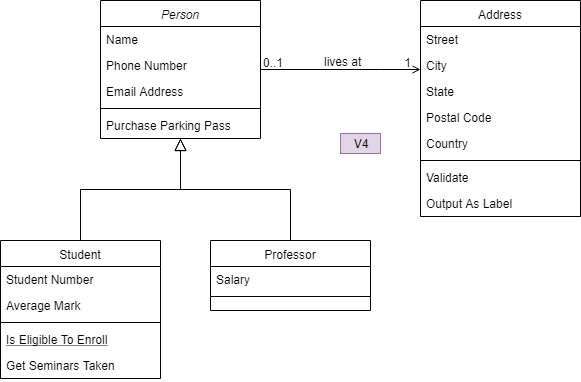
This is diagram.png from bsmith1310/drawio-github, a draw.io export, as it was before one commit. Source tidied: cells renumbered, new cells last; positions are measured from the earlier drawing's top-left corner, leaving out a move shared by most shapes.
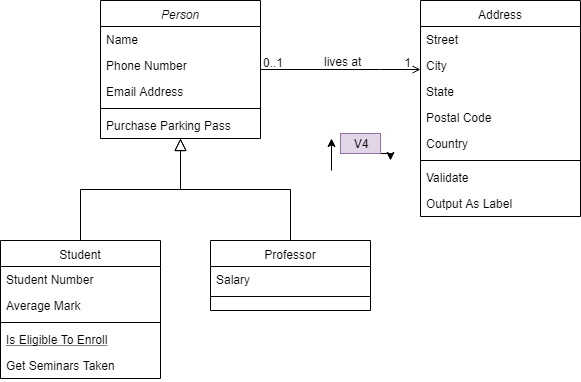
After the change.

Diff of the diagram source:
```diff
@@ -111,8 +111,18 @@
         <mxPoint x="-38" y="40" as="offset" />
       </mxGeometry>
     </mxCell>
+    <mxCell id="33" style="edgeStyle=orthogonalEdgeStyle;rounded=0;jettySize=auto;html=1;exitX=0.5;exitY=1;exitDx=0;exitDy=0;" parent="1" edge="1" source="32">
+      <mxGeometry relative="1" as="geometry">
+        <mxPoint x="390" y="160" as="targetPoint" />
+      </mxGeometry>
+    </mxCell>
     <mxCell id="32" value="V4" style="text;html=1;strokeColor=#9673a6;fillColor=#e1d5e7;align=center;verticalAlign=middle;whiteSpace=wrap;rounded=0;" parent="1" vertex="1">
       <mxGeometry x="340" y="133" width="40" height="20" as="geometry" />
     </mxCell>
+    <mxCell id="34" style="edgeStyle=orthogonalEdgeStyle;rounded=0;jettySize=auto;html=1;entryX=-0.225;entryY=0.25;entryDx=0;entryDy=0;entryPerimeter=0;" parent="1" edge="1" target="32">
+      <mxGeometry relative="1" as="geometry">
+        <mxPoint x="331" y="170" as="sourcePoint" />
+      </mxGeometry>
+    </mxCell>
   </root>
 </mxGraphModel>
```
